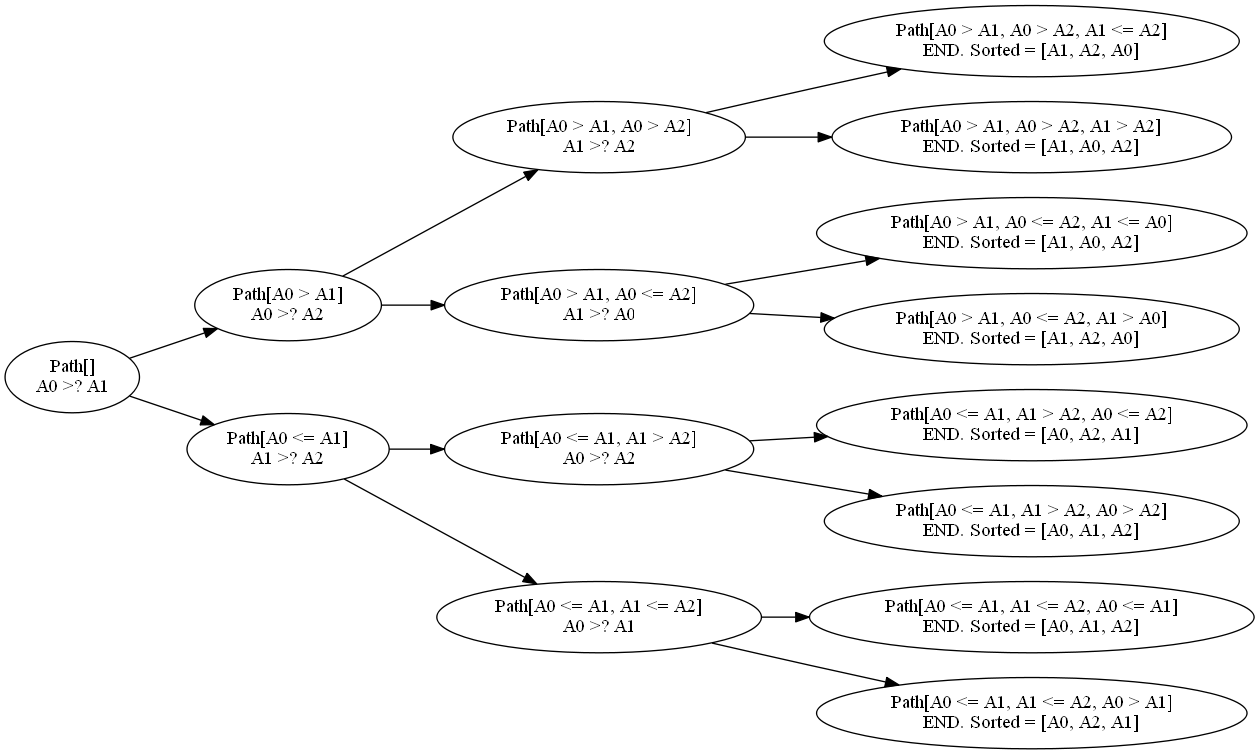
The Graphviz diagram python/original/utils/bs_depth_3_subtree.png in walterscarborough/verification-group-project, before a commit. Its source is kept beside it as python/original/utils/bs_depth_3_subtree.dot. Its diagram source:
```dot
digraph G{
    rankdir = LR
	"Path[]\nA0 >? A1" -> "Path[A0 > A1]\nA0 >? A2"
	"Path[]\nA0 >? A1" -> "Path[A0 <= A1]\nA1 >? A2"
	"Path[A0 > A1]\nA0 >? A2" -> "Path[A0 > A1, A0 > A2]\nA1 >? A2"
	"Path[A0 > A1]\nA0 >? A2" -> "Path[A0 > A1, A0 <= A2]\nA1 >? A0"
	"Path[A0 <= A1]\nA1 >? A2" -> "Path[A0 <= A1, A1 > A2]\nA0 >? A2"
	"Path[A0 <= A1]\nA1 >? A2" -> "Path[A0 <= A1, A1 <= A2]\nA0 >? A1"
	"Path[A0 > A1, A0 > A2]\nA1 >? A2" -> "Path[A0 > A1, A0 > A2, A1 <= A2]\nEND. Sorted = [A1, A2, A0]"
	"Path[A0 > A1, A0 > A2]\nA1 >? A2" -> "Path[A0 > A1, A0 > A2, A1 > A2]\nEND. Sorted = [A1, A0, A2]"
	"Path[A0 > A1, A0 <= A2]\nA1 >? A0" -> "Path[A0 > A1, A0 <= A2, A1 <= A0]\nEND. Sorted = [A1, A0, A2]"
	"Path[A0 > A1, A0 <= A2]\nA1 >? A0" -> "Path[A0 > A1, A0 <= A2, A1 > A0]\nEND. Sorted = [A1, A2, A0]"
	"Path[A0 <= A1, A1 > A2]\nA0 >? A2" -> "Path[A0 <= A1, A1 > A2, A0 <= A2]\nEND. Sorted = [A0, A2, A1]"
	"Path[A0 <= A1, A1 > A2]\nA0 >? A2" -> "Path[A0 <= A1, A1 > A2, A0 > A2]\nEND. Sorted = [A0, A1, A2]"
	"Path[A0 <= A1, A1 <= A2]\nA0 >? A1" -> "Path[A0 <= A1, A1 <= A2, A0 <= A1]\nEND. Sorted = [A0, A1, A2]"
	"Path[A0 <= A1, A1 <= A2]\nA0 >? A1" -> "Path[A0 <= A1, A1 <= A2, A0 > A1]\nEND. Sorted = [A0, A2, A1]"
}
```
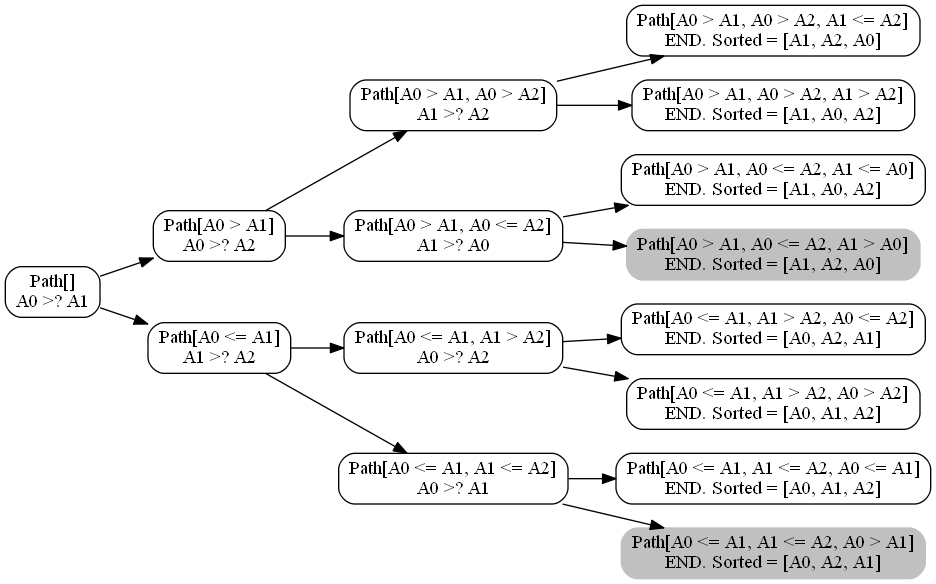
The same file after the commit.

Commit message:
Changed style of nodes to rounded.

What changed in the source:
```diff
@@ -1,5 +1,6 @@
 digraph G{
     rankdir = LR
+    node [shape=box,style=rounded]
 	"Path[]\nA0 >? A1" -> "Path[A0 > A1]\nA0 >? A2"
 	"Path[]\nA0 >? A1" -> "Path[A0 <= A1]\nA1 >? A2"
 	"Path[A0 > A1]\nA0 >? A2" -> "Path[A0 > A1, A0 > A2]\nA1 >? A2"
@@ -9,9 +10,12 @@
 	"Path[A0 > A1, A0 > A2]\nA1 >? A2" -> "Path[A0 > A1, A0 > A2, A1 <= A2]\nEND. Sorted = [A1, A2, A0]"
 	"Path[A0 > A1, A0 > A2]\nA1 >? A2" -> "Path[A0 > A1, A0 > A2, A1 > A2]\nEND. Sorted = [A1, A0, A2]"
 	"Path[A0 > A1, A0 <= A2]\nA1 >? A0" -> "Path[A0 > A1, A0 <= A2, A1 <= A0]\nEND. Sorted = [A1, A0, A2]"
+	node [shape=box, style="filled, rounded", color=gray];
 	"Path[A0 > A1, A0 <= A2]\nA1 >? A0" -> "Path[A0 > A1, A0 <= A2, A1 > A0]\nEND. Sorted = [A1, A2, A0]"
+	node [shape=box, style="solid, rounded", color=black];
 	"Path[A0 <= A1, A1 > A2]\nA0 >? A2" -> "Path[A0 <= A1, A1 > A2, A0 <= A2]\nEND. Sorted = [A0, A2, A1]"
 	"Path[A0 <= A1, A1 > A2]\nA0 >? A2" -> "Path[A0 <= A1, A1 > A2, A0 > A2]\nEND. Sorted = [A0, A1, A2]"
 	"Path[A0 <= A1, A1 <= A2]\nA0 >? A1" -> "Path[A0 <= A1, A1 <= A2, A0 <= A1]\nEND. Sorted = [A0, A1, A2]"
+	node [shape=box,style="filled, rounded", color=gray];
 	"Path[A0 <= A1, A1 <= A2]\nA0 >? A1" -> "Path[A0 <= A1, A1 <= A2, A0 > A1]\nEND. Sorted = [A0, A2, A1]"
 }
```
